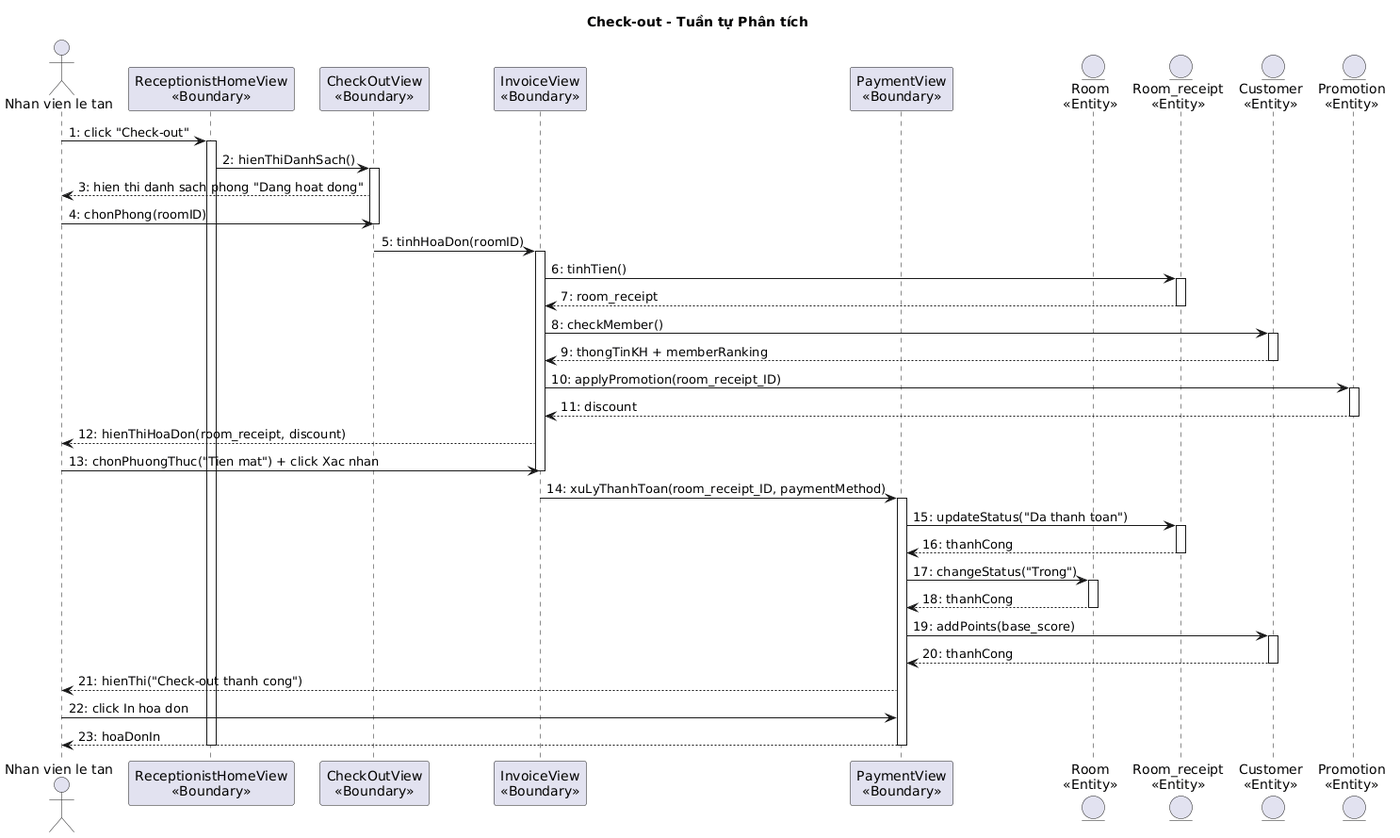
thanhtrnnn/cnpm keeps this PlantUML diagram as output/diagrams/booking_aseq_checkout.png. Above is the earlier version.
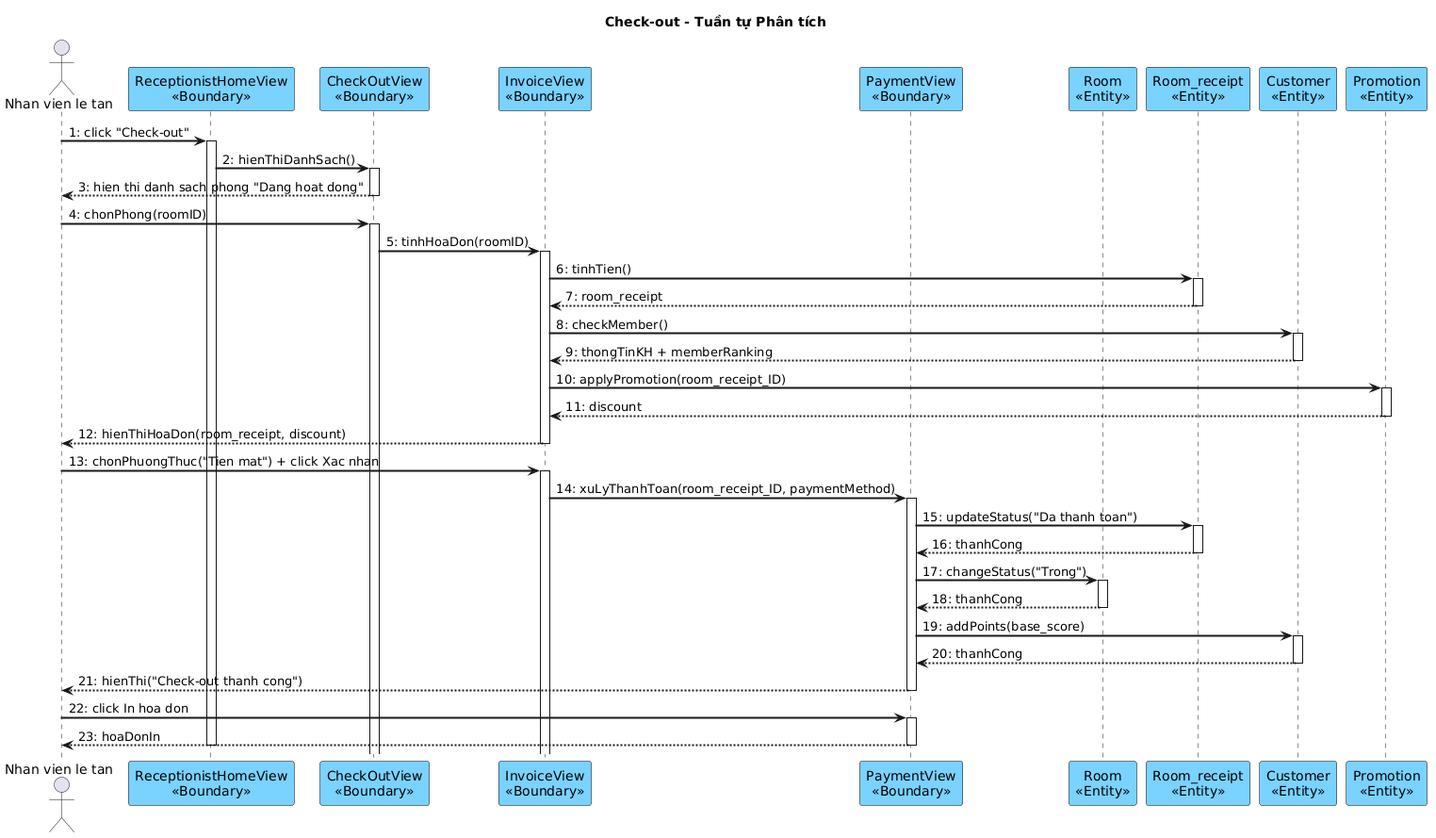
The same diagram one commit later.

What changed in the source:
```diff
@@ -1,57 +1,74 @@
 @startuml
+skinparam shadowing false
+skinparam SequenceMessageAlign left
+skinparam SequenceArrowThickness 2
+skinparam ParticipantBackgroundColor #7AD2FF
+skinparam ParticipantBorderColor black
+skinparam BoundaryBackgroundColor #7AD2FF
+skinparam BoundaryBorderColor black
+skinparam EntityBackgroundColor #7AD2FF
+skinparam EntityBorderColor black
+
 title Check-out - Tuần tự Phân tích
 
 actor "Nhan vien le tan" as NV
 participant "ReceptionistHomeView\n<<Boundary>>" as Home
-participant "CheckOutView\n<<Boundary>>" as CheckOut
-participant "InvoiceView\n<<Boundary>>" as Invoice
-participant "PaymentView\n<<Boundary>>" as Payment
-entity "Room\n<<Entity>>" as Room
-entity "Room_receipt\n<<Entity>>" as RR
-entity "Customer\n<<Entity>>" as Cust
-entity "Promotion\n<<Entity>>" as Promo
+participant "CheckOutView\n<<Boundary>>" as COV
+participant "InvoiceView\n<<Boundary>>" as IV
+participant "PaymentView\n<<Boundary>>" as PV
+participant "Room\n<<Entity>>" as Room
+participant "Room_receipt\n<<Entity>>" as RR
+participant "Customer\n<<Entity>>" as Cust
+participant "Promotion\n<<Entity>>" as Promo
 
 NV -> Home : 1: click "Check-out"
 activate Home
-Home -> CheckOut : 2: hienThiDanhSach()
-activate CheckOut
-CheckOut --> NV : 3: hien thi danh sach phong "Dang hoat dong"
-NV -> CheckOut : 4: chonPhong(roomID)
-deactivate CheckOut
-CheckOut -> Invoice : 5: tinhHoaDon(roomID)
-activate Invoice
-Invoice -> RR : 6: tinhTien()
+Home -> COV : 2: hienThiDanhSach()
+activate COV
+COV --> NV : 3: hien thi danh sach phong "Dang hoat dong"
+deactivate COV
+
+NV -> COV : 4: chonPhong(roomID)
+activate COV
+COV -> IV : 5: tinhHoaDon(roomID)
+activate IV
+IV -> RR : 6: tinhTien()
 activate RR
-RR --> Invoice : 7: room_receipt
+RR --> IV : 7: room_receipt
 deactivate RR
-Invoice -> Cust : 8: checkMember()
+IV -> Cust : 8: checkMember()
 activate Cust
-Cust --> Invoice : 9: thongTinKH + memberRanking
+Cust --> IV : 9: thongTinKH + memberRanking
 deactivate Cust
-Invoice -> Promo : 10: applyPromotion(room_receipt_ID)
+IV -> Promo : 10: applyPromotion(room_receipt_ID)
 activate Promo
-Promo --> Invoice : 11: discount
+Promo --> IV : 11: discount
 deactivate Promo
-Invoice --> NV : 12: hienThiHoaDon(room_receipt, discount)
-NV -> Invoice : 13: chonPhuongThuc("Tien mat") + click Xac nhan
-deactivate Invoice
-Invoice -> Payment : 14: xuLyThanhToan(room_receipt_ID, paymentMethod)
-activate Payment
-Payment -> RR : 15: updateStatus("Da thanh toan")
+IV --> NV : 12: hienThiHoaDon(room_receipt, discount)
+deactivate IV
+
+NV -> IV : 13: chonPhuongThuc("Tien mat") + click Xac nhan
+activate IV
+IV -> PV : 14: xuLyThanhToan(room_receipt_ID, paymentMethod)
+activate PV
+PV -> RR : 15: updateStatus("Da thanh toan")
 activate RR
-RR --> Payment : 16: thanhCong
+RR --> PV : 16: thanhCong
 deactivate RR
-Payment -> Room : 17: changeStatus("Trong")
+PV -> Room : 17: changeStatus("Trong")
 activate Room
-Room --> Payment : 18: thanhCong
+Room --> PV : 18: thanhCong
 deactivate Room
-Payment -> Cust : 19: addPoints(base_score)
+PV -> Cust : 19: addPoints(base_score)
 activate Cust
-Cust --> Payment : 20: thanhCong
+Cust --> PV : 20: thanhCong
 deactivate Cust
-Payment --> NV : 21: hienThi("Check-out thanh cong")
-NV -> Payment : 22: click In hoa don
-Payment --> NV : 23: hoaDonIn
-deactivate Payment
+PV --> NV : 21: hienThi("Check-out thanh cong")
+deactivate PV
+
+NV -> PV : 22: click In hoa don
+activate PV
+PV --> NV : 23: hoaDonIn
+deactivate PV
 deactivate Home
 @enduml
```
